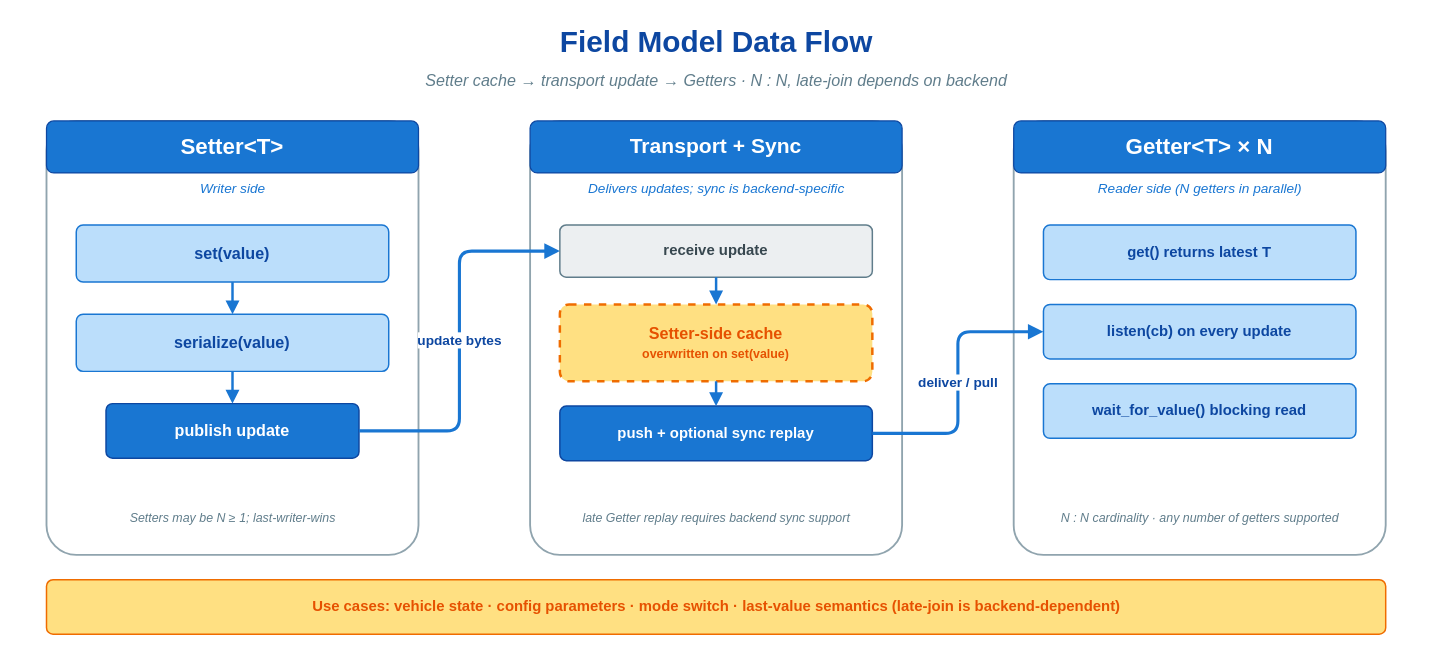
Earlier version of the draw.io diagram doc/images/field-dataflow.drawio (thun-res/vlink). Source tidied: cells renumbered, new cells numbered last; positions are measured from the earlier drawing's top-left corner, leaving out a move shared by most shapes. Both pictures are drawn from the tidied source at 124%, with x=0, y=0 at pixel (21, 21).
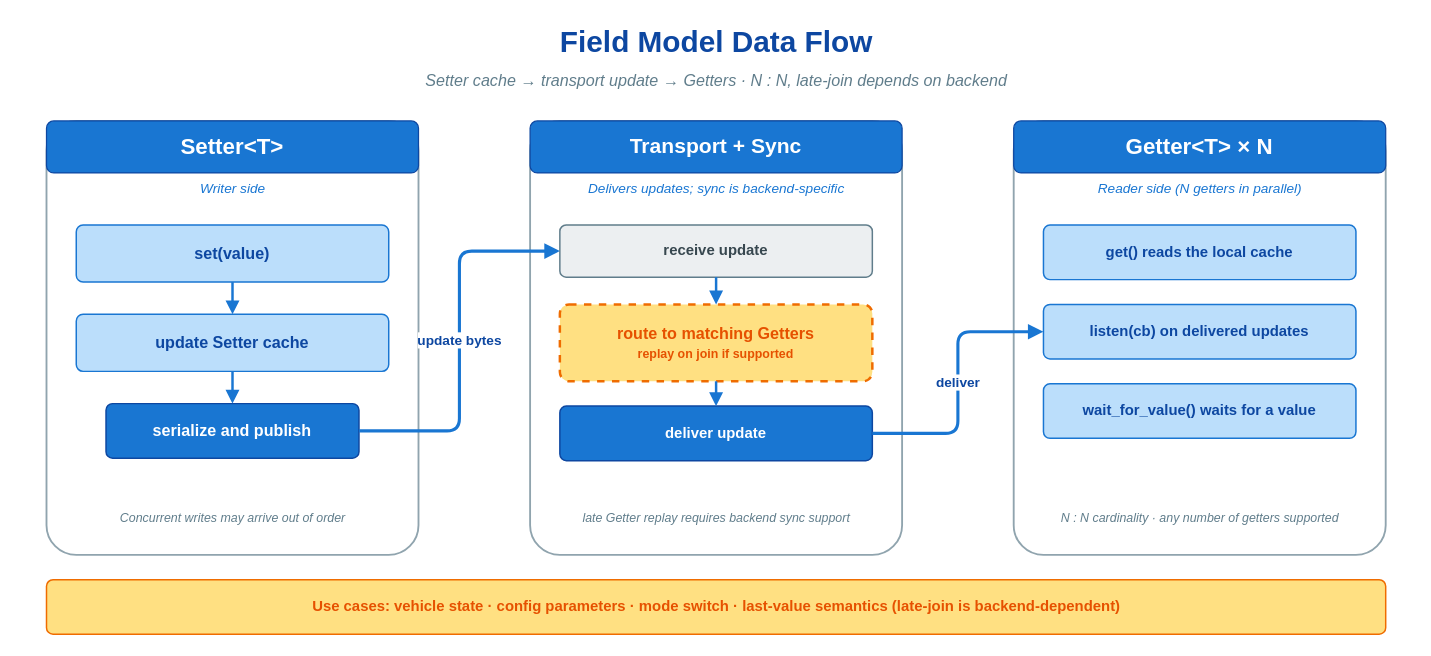
After the change.

Commit message (it also covers changes not shown here):
docs(core): clarify field read and concurrent write semantics

What changed in the source:
```diff
@@
-    <mxCell id="8" value="&lt;b&gt;serialize(value)&lt;/b&gt;" style="rounded=1;whiteSpace=wrap;html=1;fillColor=#bbdefb;strokeColor=#1976d2;strokeWidth=1.2;arcSize=12;shadow=0;fontSize=13;fontFamily=Helvetica;fontStyle=1;fontColor=#0d47a1;" parent="1" vertex="1">
+    <mxCell id="8" value="&lt;b&gt;update Setter cache&lt;/b&gt;" style="rounded=1;whiteSpace=wrap;html=1;fillColor=#bbdefb;strokeColor=#1976d2;strokeWidth=1.2;arcSize=12;shadow=0;fontSize=13;fontFamily=Helvetica;fontStyle=1;fontColor=#0d47a1;" parent="1" vertex="1">
       <mxGeometry x="44" y="236" width="252" height="46" as="geometry" />
     </mxCell>
-    <mxCell id="9" value="publish update" style="rounded=1;whiteSpace=wrap;html=1;fillColor=#1976d2;strokeColor=#0d47a1;strokeWidth=1.2;arcSize=12;shadow=0;fontSize=13;fontFamily=Helvetica;fontStyle=1;fontColor=#ffffff;" parent="1" vertex="1">
+    <mxCell id="9" value="serialize and publish" style="rounded=1;whiteSpace=wrap;html=1;fillColor=#1976d2;strokeColor=#0d47a1;strokeWidth=1.2;arcSize=12;shadow=0;fontSize=13;fontFamily=Helvetica;fontStyle=1;fontColor=#ffffff;" parent="1" vertex="1">
       <mxGeometry x="68" y="308" width="204" height="44" as="geometry" />
     </mxCell>
@@
-    <mxCell id="12" value="Setters may be N ≥ 1; last-writer-wins" style="text;html=1;align=center;verticalAlign=middle;strokeColor=none;fillColor=none;fontFamily=Helvetica;fontSize=10;fontStyle=2;fontColor=#607d8b;" parent="1" vertex="1">
+    <mxCell id="12" value="Concurrent writes may arrive out of order" style="text;html=1;align=center;verticalAlign=middle;strokeColor=none;fillColor=none;fontFamily=Helvetica;fontSize=10;fontStyle=2;fontColor=#607d8b;" parent="1" vertex="1">
       <mxGeometry x="20" y="388" width="300" height="24" as="geometry" />
     </mxCell>
@@
-    <mxCell id="17" value="&lt;b&gt;Setter-side cache&lt;/b&gt;&lt;br/&gt;&lt;span style=&quot;font-size:10px;&quot;&gt;overwritten on set(value)&lt;/span&gt;" style="rounded=1;whiteSpace=wrap;html=1;fillColor=#ffe082;strokeColor=#ef6c00;strokeWidth=2;dashed=1;arcSize=12;shadow=0;fontSize=13;fontFamily=Helvetica;fontStyle=1;fontColor=#e65100;" parent="1" vertex="1">
+    <mxCell id="17" value="&lt;b&gt;route to matching Getters&lt;/b&gt;&lt;br/&gt;&lt;span style=&quot;font-size:10px;&quot;&gt;replay on join if supported&lt;/span&gt;" style="rounded=1;whiteSpace=wrap;html=1;fillColor=#ffe082;strokeColor=#ef6c00;strokeWidth=2;dashed=1;arcSize=12;shadow=0;fontSize=13;fontFamily=Helvetica;fontStyle=1;fontColor=#e65100;" parent="1" vertex="1">
       <mxGeometry x="434" y="228" width="252" height="62" as="geometry" />
     </mxCell>
-    <mxCell id="18" value="push + optional sync replay" style="rounded=1;whiteSpace=wrap;html=1;fillColor=#1976d2;strokeColor=#0d47a1;strokeWidth=1.2;arcSize=12;shadow=0;fontSize=12;fontFamily=Helvetica;fontStyle=1;fontColor=#ffffff;" parent="1" vertex="1">
+    <mxCell id="18" value="deliver update" style="rounded=1;whiteSpace=wrap;html=1;fillColor=#1976d2;strokeColor=#0d47a1;strokeWidth=1.2;arcSize=12;shadow=0;fontSize=12;fontFamily=Helvetica;fontStyle=1;fontColor=#ffffff;" parent="1" vertex="1">
       <mxGeometry x="434" y="310" width="252" height="44" as="geometry" />
     </mxCell>
@@
-    <mxCell id="25" value="&lt;b&gt;get()&lt;/b&gt; returns latest T" style="rounded=1;whiteSpace=wrap;html=1;fillColor=#bbdefb;strokeColor=#1976d2;strokeWidth=1.2;arcSize=12;shadow=0;fontSize=12;fontFamily=Helvetica;fontStyle=1;fontColor=#0d47a1;" parent="1" vertex="1">
+    <mxCell id="25" value="&lt;b&gt;get()&lt;/b&gt; reads the local cache" style="rounded=1;whiteSpace=wrap;html=1;fillColor=#bbdefb;strokeColor=#1976d2;strokeWidth=1.2;arcSize=12;shadow=0;fontSize=12;fontFamily=Helvetica;fontStyle=1;fontColor=#0d47a1;" parent="1" vertex="1">
       <mxGeometry x="824" y="164" width="252" height="44" as="geometry" />
     </mxCell>
-    <mxCell id="26" value="&lt;b&gt;listen(cb)&lt;/b&gt; on every update" style="rounded=1;whiteSpace=wrap;html=1;fillColor=#bbdefb;strokeColor=#1976d2;strokeWidth=1.2;arcSize=12;shadow=0;fontSize=12;fontFamily=Helvetica;fontStyle=1;fontColor=#0d47a1;" parent="1" vertex="1">
+    <mxCell id="26" value="&lt;b&gt;listen(cb)&lt;/b&gt; on delivered updates" style="rounded=1;whiteSpace=wrap;html=1;fillColor=#bbdefb;strokeColor=#1976d2;strokeWidth=1.2;arcSize=12;shadow=0;fontSize=12;fontFamily=Helvetica;fontStyle=1;fontColor=#0d47a1;" parent="1" vertex="1">
       <mxGeometry x="824" y="228" width="252" height="44" as="geometry" />
     </mxCell>
-    <mxCell id="27" value="&lt;b&gt;wait_for_value()&lt;/b&gt; blocking read" style="rounded=1;whiteSpace=wrap;html=1;fillColor=#bbdefb;strokeColor=#1976d2;strokeWidth=1.2;arcSize=12;shadow=0;fontSize=12;fontFamily=Helvetica;fontStyle=1;fontColor=#0d47a1;" parent="1" vertex="1">
+    <mxCell id="27" value="&lt;b&gt;wait_for_value()&lt;/b&gt; waits for a value" style="rounded=1;whiteSpace=wrap;html=1;fillColor=#bbdefb;strokeColor=#1976d2;strokeWidth=1.2;arcSize=12;shadow=0;fontSize=12;fontFamily=Helvetica;fontStyle=1;fontColor=#0d47a1;" parent="1" vertex="1">
       <mxGeometry x="824" y="292" width="252" height="44" as="geometry" />
     </mxCell>
@@
-    <mxCell id="30" value="&lt;b&gt;deliver / pull&lt;/b&gt;" style="endArrow=block;endFill=1;html=1;strokeWidth=2.5;strokeColor=#1976d2;edgeStyle=orthogonalEdgeStyle;rounded=1;fontSize=11;fontFamily=Helvetica;fontStyle=1;fontColor=#0d47a1;labelBackgroundColor=#ffffff;exitX=1;exitY=0.5;entryX=0;entryY=0.5;" parent="1" edge="1" source="18" target="26">
+    <mxCell id="30" value="&lt;b&gt;deliver&lt;/b&gt;" style="endArrow=block;endFill=1;html=1;strokeWidth=2.5;strokeColor=#1976d2;edgeStyle=orthogonalEdgeStyle;rounded=1;fontSize=11;fontFamily=Helvetica;fontStyle=1;fontColor=#0d47a1;labelBackgroundColor=#ffffff;exitX=1;exitY=0.5;entryX=0;entryY=0.5;" parent="1" edge="1" source="18" target="26">
       <mxGeometry relative="1" as="geometry" />
     </mxCell>
```
